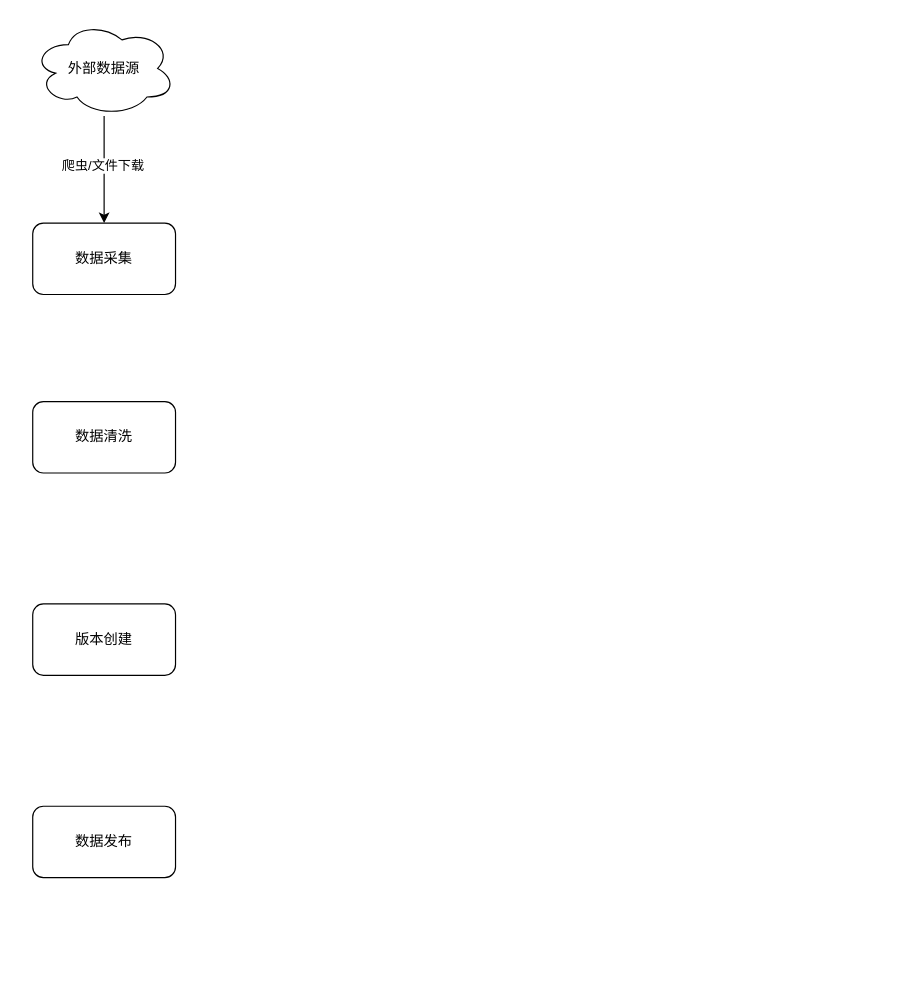
Earlier version of the draw.io diagram 风控/数据更新流程.drawio (XiaoLiuAI/diagrams). Source tidied: cells renumbered, new cells numbered last; positions are measured from the earlier drawing's top-left corner, leaving out a move shared by most shapes. Both pictures are drawn from the tidied source at 119%, with x=0, y=0 at pixel (32, 20).
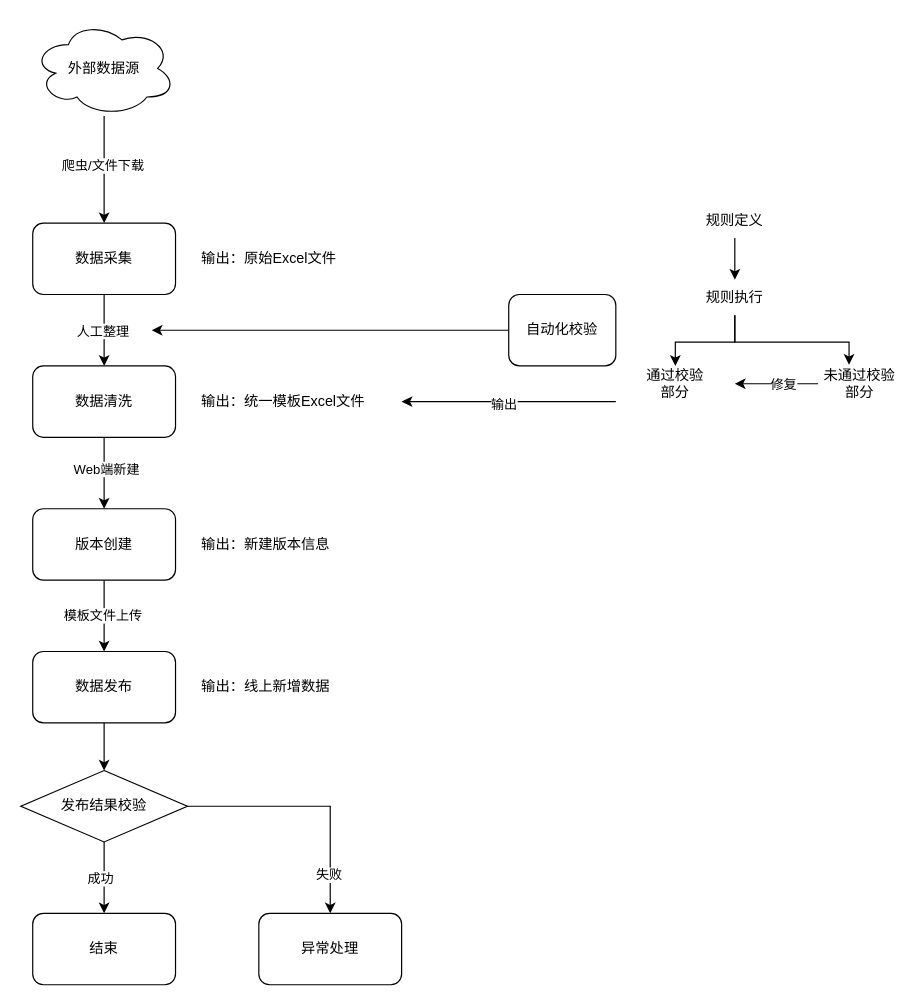
The same page after the edit.

Commit message (it also covers changes not shown here):
Update 数据更新流程.drawio

Unchanged cells that the change refers to:
```xml
<mxCell id="2" value="数据采集" style="rounded=1;whiteSpace=wrap;html=1;" parent="1" vertex="1">
  <mxGeometry y="170" width="120" height="60" as="geometry" />
</mxCell>
```

Change to the diagram source:
```diff
@@
+    <mxCell id="9" style="edgeStyle=orthogonalEdgeStyle;rounded=0;jettySize=auto;html=1;" parent="1" edge="1" source="2" target="3">
+      <mxGeometry relative="1" as="geometry" />
+    </mxCell>
+    <mxCell id="10" value="人工整理" style="edgeLabel;html=1;align=center;verticalAlign=middle;" parent="9" vertex="1">
+      <mxGeometry y="-2" relative="1" as="geometry" />
+    </mxCell>
@@
+    <mxCell id="11" style="edgeStyle=orthogonalEdgeStyle;rounded=0;jettySize=auto;html=1;entryX=0.5;entryY=0;entryDx=0;entryDy=0;" parent="1" edge="1" source="3" target="4">
+      <mxGeometry relative="1" as="geometry" />
+    </mxCell>
+    <mxCell id="12" value="Web端新建" style="edgeLabel;html=1;align=center;verticalAlign=middle;" parent="11" vertex="1">
+      <mxGeometry x="-0.13" y="1" relative="1" as="geometry" />
+    </mxCell>
     <mxCell id="3" value="数据清洗" style="rounded=1;whiteSpace=wrap;html=1;" parent="1" vertex="1">
-      <mxGeometry y="320" width="120" height="60" as="geometry" />
+      <mxGeometry y="290" width="120" height="60" as="geometry" />
     </mxCell>
+    <mxCell id="13" style="edgeStyle=orthogonalEdgeStyle;rounded=0;jettySize=auto;html=1;" parent="1" edge="1" source="4" target="5">
+      <mxGeometry relative="1" as="geometry" />
+    </mxCell>
+    <mxCell id="14" value="模板文件上传" style="edgeLabel;html=1;align=center;verticalAlign=middle;" parent="13" vertex="1">
+      <mxGeometry x="-0.03" y="-2" relative="1" as="geometry" />
+    </mxCell>
     <mxCell id="4" value="版本创建" style="rounded=1;whiteSpace=wrap;html=1;" parent="1" vertex="1">
-      <mxGeometry y="490" width="120" height="60" as="geometry" />
+      <mxGeometry y="410" width="120" height="60" as="geometry" />
     </mxCell>
+    <mxCell id="15" style="edgeStyle=orthogonalEdgeStyle;rounded=0;jettySize=auto;html=1;entryX=0.5;entryY=0;entryDx=0;entryDy=0;" parent="1" edge="1" source="5" target="24">
+      <mxGeometry relative="1" as="geometry" />
+    </mxCell>
     <mxCell id="5" value="数据发布" style="rounded=1;whiteSpace=wrap;html=1;" parent="1" vertex="1">
-      <mxGeometry y="660" width="120" height="60" as="geometry" />
+      <mxGeometry y="530" width="120" height="60" as="geometry" />
     </mxCell>
@@
+    <mxCell id="16" value="输出：原始Excel文件" style="text;html=1;strokeColor=none;fillColor=none;align=left;verticalAlign=middle;whiteSpace=wrap;rounded=0;" parent="1" vertex="1">
+      <mxGeometry x="140" y="185" width="130" height="30" as="geometry" />
+    </mxCell>
+    <mxCell id="17" value="输出：统一模板Excel文件" style="text;html=1;strokeColor=none;fillColor=none;align=left;verticalAlign=middle;whiteSpace=wrap;rounded=0;" parent="1" vertex="1">
+      <mxGeometry x="140" y="305" width="170" height="30" as="geometry" />
+    </mxCell>
+    <mxCell id="18" value="输出：新建版本信息" style="text;html=1;strokeColor=none;fillColor=none;align=left;verticalAlign=middle;whiteSpace=wrap;rounded=0;" parent="1" vertex="1">
+      <mxGeometry x="140" y="425" width="170" height="30" as="geometry" />
+    </mxCell>
+    <mxCell id="19" value="输出：线上新增数据" style="text;html=1;strokeColor=none;fillColor=none;align=left;verticalAlign=middle;whiteSpace=wrap;rounded=0;" parent="1" vertex="1">
+      <mxGeometry x="140" y="545" width="170" height="30" as="geometry" />
+    </mxCell>
+    <mxCell id="20" style="edgeStyle=orthogonalEdgeStyle;rounded=0;jettySize=auto;html=1;entryX=0.5;entryY=0;entryDx=0;entryDy=0;" parent="1" edge="1" source="24" target="25">
+      <mxGeometry relative="1" as="geometry" />
+    </mxCell>
+    <mxCell id="21" value="成功" style="edgeLabel;html=1;align=center;verticalAlign=middle;" parent="20" vertex="1">
+      <mxGeometry x="-0.02" y="-4" relative="1" as="geometry">
+        <mxPoint y="1" as="offset" />
+      </mxGeometry>
+    </mxCell>
+    <mxCell id="22" style="edgeStyle=orthogonalEdgeStyle;rounded=0;jettySize=auto;html=1;" parent="1" edge="1" source="24" target="26">
+      <mxGeometry relative="1" as="geometry" />
+    </mxCell>
+    <mxCell id="23" value="失败" style="edgeLabel;html=1;align=center;verticalAlign=middle;" parent="22" vertex="1">
+      <mxGeometry x="0.69" y="-2" relative="1" as="geometry" />
+    </mxCell>
+    <mxCell id="24" value="发布结果校验" style="rhombus;whiteSpace=wrap;html=1;" parent="1" vertex="1">
+      <mxGeometry x="-10" y="630" width="140" height="60" as="geometry" />
+    </mxCell>
+    <mxCell id="25" value="结束" style="rounded=1;whiteSpace=wrap;html=1;" parent="1" vertex="1">
+      <mxGeometry y="750" width="120" height="60" as="geometry" />
+    </mxCell>
+    <mxCell id="26" value="异常处理" style="rounded=1;whiteSpace=wrap;html=1;" parent="1" vertex="1">
+      <mxGeometry x="190" y="750" width="120" height="60" as="geometry" />
+    </mxCell>
+    <mxCell id="27" style="edgeStyle=orthogonalEdgeStyle;rounded=0;jettySize=auto;html=1;" parent="1" edge="1" source="28">
+      <mxGeometry relative="1" as="geometry">
+        <mxPoint x="100" y="260" as="targetPoint" />
+      </mxGeometry>
+    </mxCell>
+    <mxCell id="28" value="自动化校验" style="rounded=1;whiteSpace=wrap;html=1;" parent="1" vertex="1">
+      <mxGeometry x="400" y="230" width="90" height="60" as="geometry" />
+    </mxCell>
+    <mxCell id="29" style="edgeStyle=orthogonalEdgeStyle;rounded=0;jettySize=auto;html=1;" parent="1" edge="1" source="30" target="32">
+      <mxGeometry relative="1" as="geometry" />
+    </mxCell>
+    <mxCell id="30" value="规则定义" style="text;html=1;strokeColor=none;fillColor=none;align=center;verticalAlign=middle;whiteSpace=wrap;rounded=0;" parent="1" vertex="1">
+      <mxGeometry x="560" y="152.5" width="60" height="30" as="geometry" />
+    </mxCell>
+    <mxCell id="31" style="edgeStyle=orthogonalEdgeStyle;rounded=0;jettySize=auto;html=1;" parent="1" edge="1" source="32" target="35">
+      <mxGeometry relative="1" as="geometry">
+        <Array as="points">
+          <mxPoint x="590" y="270" />
+          <mxPoint x="540" y="270" />
+        </Array>
+      </mxGeometry>
+    </mxCell>
+    <mxCell id="32" value="规则执行" style="text;html=1;strokeColor=none;fillColor=none;align=center;verticalAlign=middle;whiteSpace=wrap;rounded=0;" parent="1" vertex="1">
+      <mxGeometry x="560" y="217.5" width="60" height="30" as="geometry" />
+    </mxCell>
+    <mxCell id="33" style="edgeStyle=orthogonalEdgeStyle;rounded=0;jettySize=auto;html=1;" parent="1" edge="1" source="35" target="17">
+      <mxGeometry relative="1" as="geometry">
+        <Array as="points">
+          <mxPoint x="440" y="320" />
+          <mxPoint x="440" y="320" />
+        </Array>
+      </mxGeometry>
+    </mxCell>
+    <mxCell id="34" value="输出" style="edgeLabel;html=1;align=center;verticalAlign=middle;" parent="33" vertex="1">
+      <mxGeometry x="0.06" y="2" relative="1" as="geometry" />
+    </mxCell>
+    <mxCell id="35" value="通过校验&lt;br&gt;部分" style="text;html=1;strokeColor=none;fillColor=none;align=center;verticalAlign=middle;whiteSpace=wrap;rounded=0;" parent="1" vertex="1">
+      <mxGeometry x="490" y="290" width="100" height="30" as="geometry" />
+    </mxCell>
+    <mxCell id="36" style="edgeStyle=orthogonalEdgeStyle;rounded=0;jettySize=auto;html=1;" parent="1" edge="1" source="38" target="35">
+      <mxGeometry relative="1" as="geometry" />
+    </mxCell>
+    <mxCell id="37" value="修复" style="edgeLabel;html=1;align=center;verticalAlign=middle;" parent="36" vertex="1">
+      <mxGeometry x="0.04" y="-1" relative="1" as="geometry">
+        <mxPoint x="6" y="1" as="offset" />
+      </mxGeometry>
+    </mxCell>
+    <mxCell id="38" value="未通过校验&lt;br&gt;部分" style="text;html=1;strokeColor=none;fillColor=none;align=center;verticalAlign=middle;whiteSpace=wrap;rounded=0;" parent="1" vertex="1">
+      <mxGeometry x="660" y="290" width="70" height="30" as="geometry" />
+    </mxCell>
+    <mxCell id="39" style="edgeStyle=orthogonalEdgeStyle;rounded=0;jettySize=auto;html=1;entryX=0.371;entryY=-0.033;entryDx=0;entryDy=0;entryPerimeter=0;" parent="1" edge="1" source="32" target="38">
+      <mxGeometry relative="1" as="geometry">
+        <Array as="points">
+          <mxPoint x="590" y="270" />
+          <mxPoint x="686" y="270" />
+        </Array>
+      </mxGeometry>
+    </mxCell>
```
